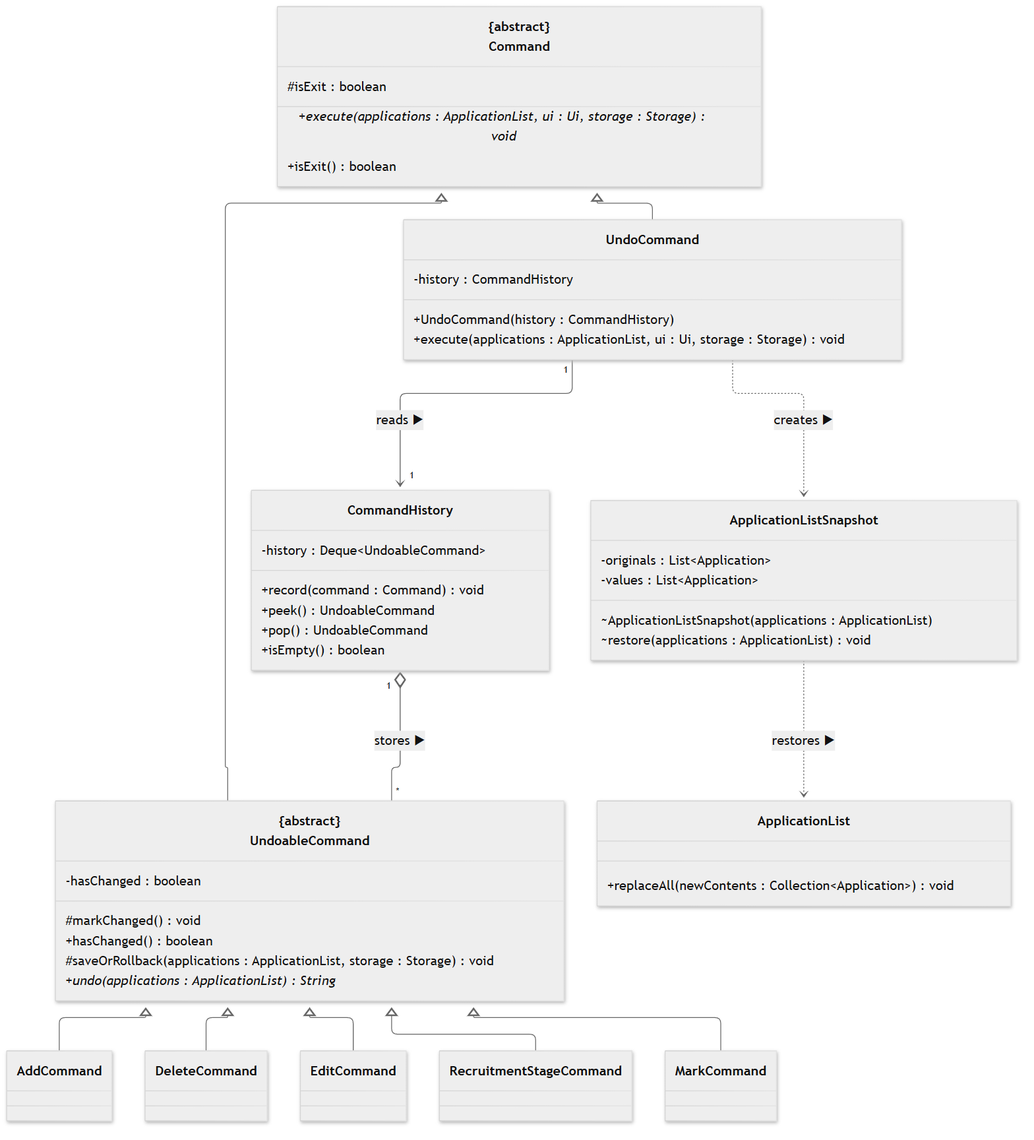
The Mermaid diagram docs/diagrams/command-history-undo-class.png in AY2627S1-CS2113-T10-2/tp, before a commit. Its source is kept beside it as docs/diagrams/sources/command-history-undo-class.mmd.
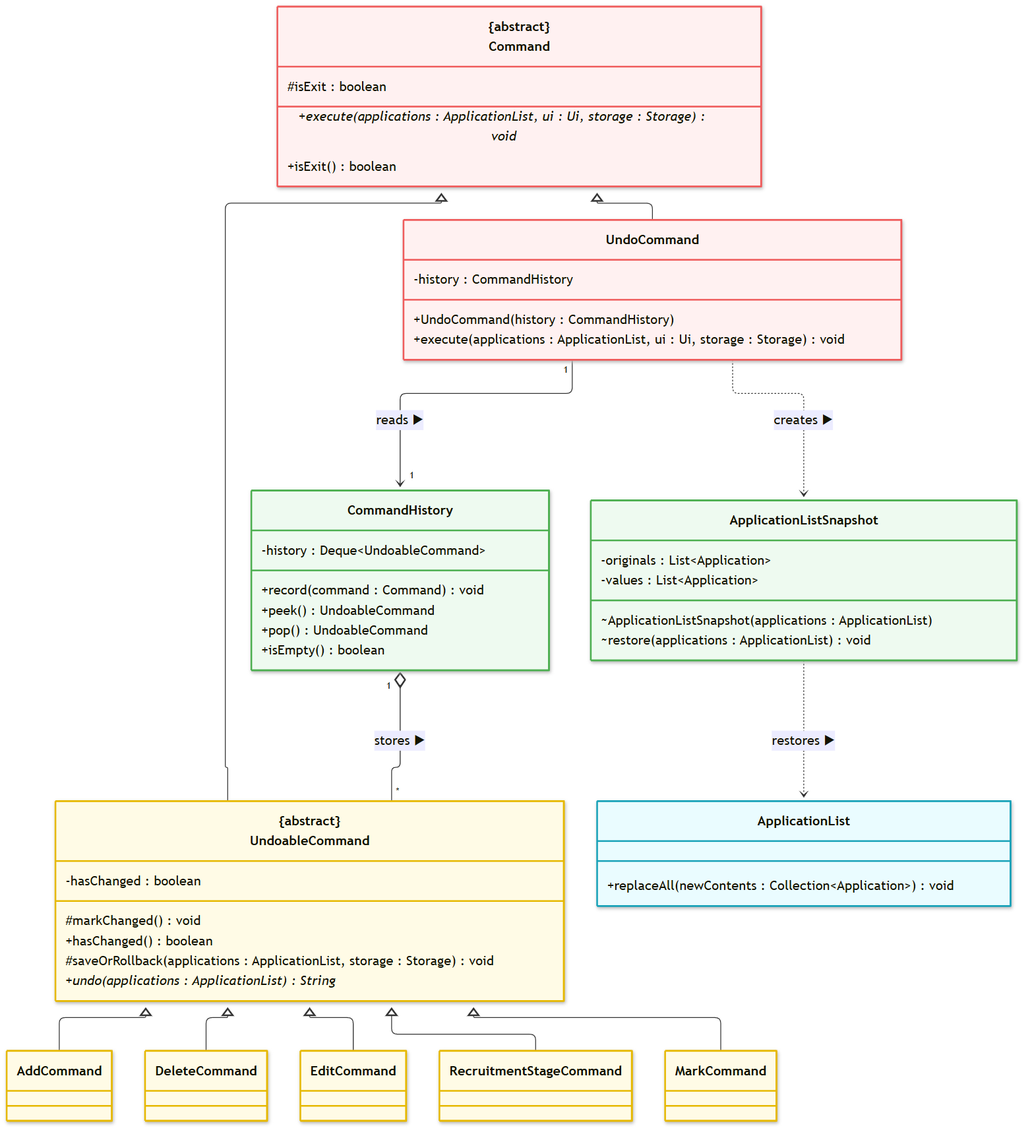
Later version of the same file.

The edit, as a diff of the source:
```diff
@@ -1,37 +1,37 @@
-%%{init: {'theme': 'neutral'}}%%
+%%{init: {'theme': 'default'}}%%
 classDiagram
     direction TB
-    class Command["{abstract}<br/>Command"] {
+    class Command["{abstract}<br/>Command"]:::cmd {
         #isExit : boolean
         +execute(applications : ApplicationList, ui : Ui, storage : Storage)* void
         +isExit() boolean
     }
-    class UndoableCommand["{abstract}<br/>UndoableCommand"] {
+    class UndoableCommand["{abstract}<br/>UndoableCommand"]:::undoable {
         -hasChanged : boolean
         #markChanged() void
         +hasChanged() boolean
         #saveOrRollback(applications : ApplicationList, storage : Storage) void
         +undo(applications : ApplicationList)* String
     }
-    class CommandHistory {
+    class CommandHistory:::util {
         -history : Deque~UndoableCommand~
         +record(command : Command) void
         +peek() UndoableCommand
         +pop() UndoableCommand
         +isEmpty() boolean
     }
-    class UndoCommand {
+    class UndoCommand:::cmd {
         -history : CommandHistory
         +UndoCommand(history : CommandHistory)
         +execute(applications : ApplicationList, ui : Ui, storage : Storage) void
     }
-    class ApplicationListSnapshot {
+    class ApplicationListSnapshot:::util {
         -originals : List~Application~
         -values : List~Application~
         ~ApplicationListSnapshot(applications : ApplicationList)
         ~restore(applications : ApplicationList) void
     }
-    class ApplicationList {
+    class ApplicationList:::model {
         +replaceAll(newContents : Collection~Application~) void
     }
     Command <|-- UndoableCommand
@@ -45,3 +45,16 @@
     UndoCommand "1" --> "1" CommandHistory : reads ▶
     UndoCommand ..> ApplicationListSnapshot : creates ▶
     ApplicationListSnapshot ..> ApplicationList : restores ▶
+    class AddCommand:::undoable
+    class DeleteCommand:::undoable
+    class EditCommand:::undoable
+    class RecruitmentStageCommand:::undoable
+    class MarkCommand:::undoable
+    classDef ctrl fill:#fdf2ff,stroke:#c26bdb,stroke-width:2px
+    classDef io fill:#eefcf6,stroke:#2bb58a,stroke-width:2px
+    classDef store fill:#fff5ec,stroke:#f08c3a,stroke-width:2px
+    classDef model fill:#eafcff,stroke:#17a2b8,stroke-width:2px
+    classDef enum fill:#f1ecff,stroke:#8e6bd8,stroke-width:2px
+    classDef cmd fill:#fff1f1,stroke:#ef5b5b,stroke-width:2px
+    classDef undoable fill:#fffbe6,stroke:#e6b800,stroke-width:2px
+    classDef util fill:#eefaf0,stroke:#4caf50,stroke-width:2px
```
